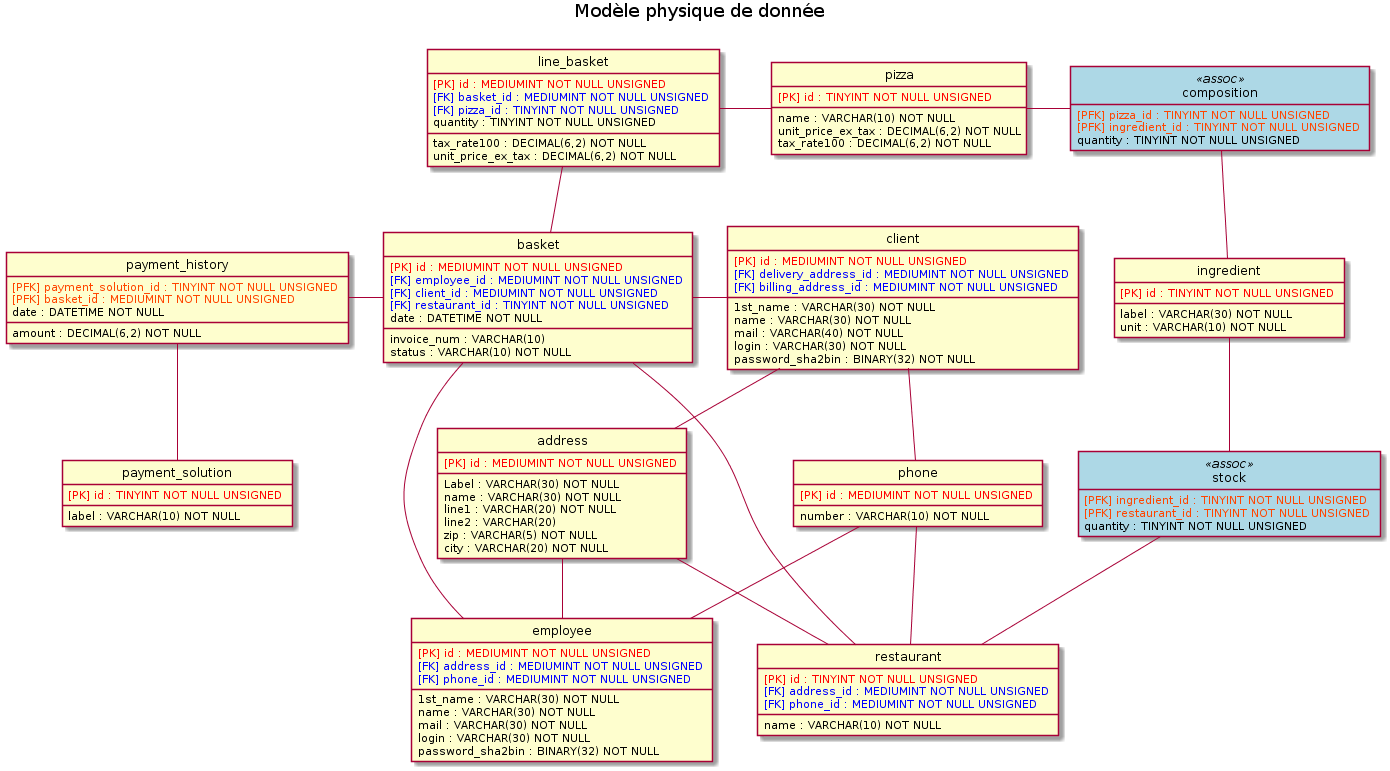
This is physical_data_model.png from freezed/ocp6, a PlantUML export, as it was before one commit.
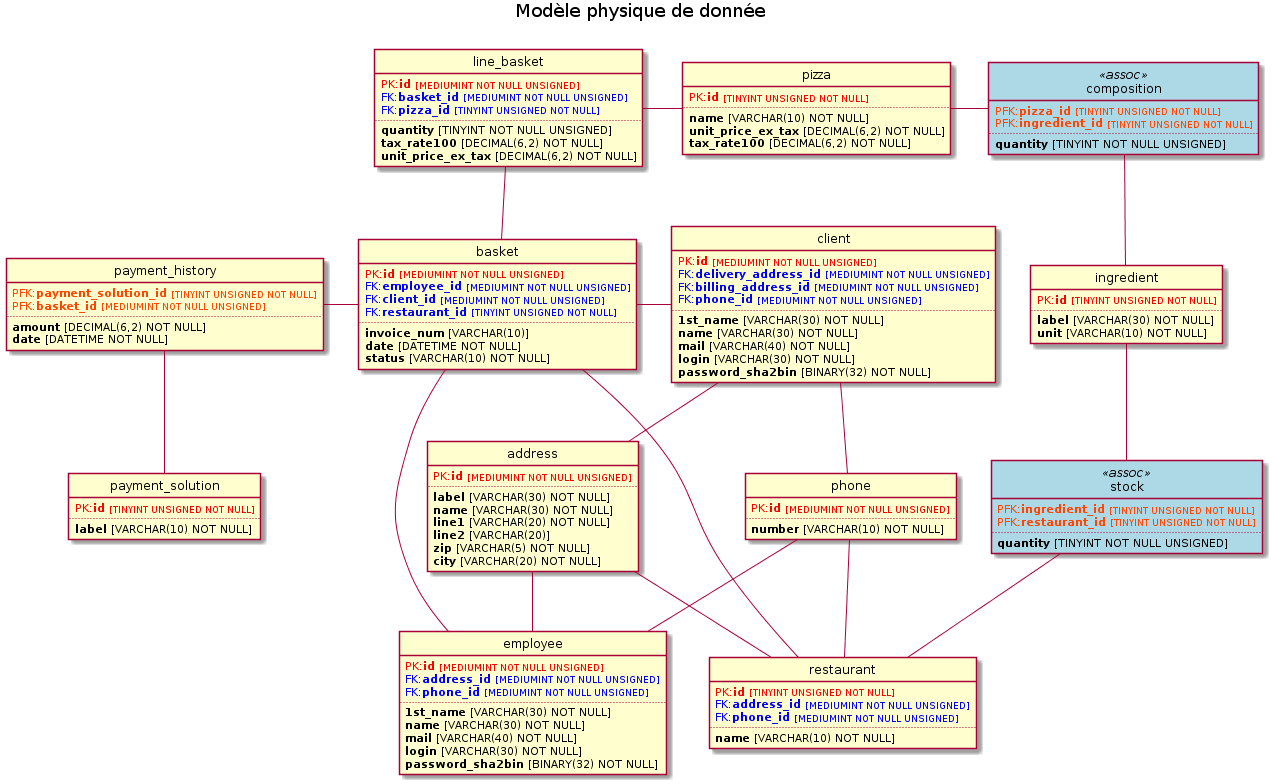
After the change.

Commit message:
Adjusts PDM for better diagram redering

The edit, as a diff of the source:
```diff
@@ -37,118 +37,132 @@
 phone -- restaurant
 
 class address {
-    <font color="red">[PK] id : MEDIUMINT NOT NULL UNSIGNED </font>
+    <font color="red">PK:<b>id</b> <size:09>[MEDIUMINT NOT NULL UNSIGNED]</size></font>
+    ..
 }
 class client {
-    <font color="red">[PK] id : MEDIUMINT NOT NULL UNSIGNED </font>
-    <font color="blue">[FK] delivery_address_id : MEDIUMINT NOT NULL UNSIGNED </font>
-    <font color="blue">[FK] billing_address_id : MEDIUMINT NOT NULL UNSIGNED </font>
+    <font color="red">PK:<b>id</b> <size:09>[MEDIUMINT NOT NULL UNSIGNED]</size></font>
+    <font color="blue">FK:<b>delivery_address_id</b> <size:09>[MEDIUMINT NOT NULL UNSIGNED]</size></font>
+    <font color="blue">FK:<b>billing_address_id</b> <size:09>[MEDIUMINT NOT NULL UNSIGNED]</size></font>
+    <font color="blue">FK:<b>phone_id</b> <size:09>[MEDIUMINT NOT NULL UNSIGNED]</size></font>
+    ..
 }
 class composition {
-    <font color="orangered">[PFK] pizza_id : TINYINT NOT NULL UNSIGNED </font>
-    <font color="orangered">[PFK] ingredient_id : TINYINT NOT NULL UNSIGNED </font>
+    <font color="orangered">PFK:<b>pizza_id</b> <size:09>[TINYINT UNSIGNED NOT NULL]</size></font>
+    <font color="orangered">PFK:<b>ingredient_id</b> <size:09>[TINYINT UNSIGNED NOT NULL]</size></font>
+    ..
 }
 class employee {
-    <font color="red">[PK] id : MEDIUMINT NOT NULL UNSIGNED </font>
-    <font color="blue">[FK] address_id : MEDIUMINT NOT NULL UNSIGNED </font>
-    <font color="blue">[FK] phone_id : MEDIUMINT NOT NULL UNSIGNED </font>
+    <font color="red">PK:<b>id</b> <size:09>[MEDIUMINT NOT NULL UNSIGNED]</size></font>
+    <font color="blue">FK:<b>address_id</b> <size:09>[MEDIUMINT NOT NULL UNSIGNED]</size></font>
+    <font color="blue">FK:<b>phone_id</b> <size:09>[MEDIUMINT NOT NULL UNSIGNED]</size></font>
+    ..
 }
 class ingredient {
-    <font color="red">[PK] id : TINYINT NOT NULL UNSIGNED </font>
+    <font color="red">PK:<b>id</b> <size:09>[TINYINT UNSIGNED NOT NULL]</size></font>
+    ..
 }
 class line_basket {
-    <font color="red">[PK] id : MEDIUMINT NOT NULL UNSIGNED </font>
-    <font color="blue">[FK] basket_id : MEDIUMINT NOT NULL UNSIGNED </font>
-    <font color="blue">[FK] pizza_id : TINYINT NOT NULL UNSIGNED </font>
+    <font color="red">PK:<b>id</b> <size:09>[MEDIUMINT NOT NULL UNSIGNED]</size></font>
+    <font color="blue">FK:<b>basket_id</b> <size:09>[MEDIUMINT NOT NULL UNSIGNED]</size></font>
+    <font color="blue">FK:<b>pizza_id</b> <size:09>[TINYINT UNSIGNED NOT NULL]</size></font>
+    ..
 }
 class basket {
-    <font color="red">[PK] id : MEDIUMINT NOT NULL UNSIGNED </font>
-    <font color="blue">[FK] employee_id : MEDIUMINT NOT NULL UNSIGNED </font>
-    <font color="blue">[FK] client_id : MEDIUMINT NOT NULL UNSIGNED </font>
-    <font color="blue">[FK] restaurant_id : TINYINT NOT NULL UNSIGNED </font>
+    <font color="red">PK:<b>id</b> <size:09>[MEDIUMINT NOT NULL UNSIGNED]</size></font>
+    <font color="blue">FK:<b>employee_id</b> <size:09>[MEDIUMINT NOT NULL UNSIGNED]</size></font>
+    <font color="blue">FK:<b>client_id</b> <size:09>[MEDIUMINT NOT NULL UNSIGNED]</size></font>
+    <font color="blue">FK:<b>restaurant_id</b> <size:09>[TINYINT UNSIGNED NOT NULL]</size></font>
+    ..
 }
 class payment_history {
-    <font color="orangered">[PFK] payment_solution_id : TINYINT NOT NULL UNSIGNED </font>
-    <font color="orangered">[PFK] basket_id : MEDIUMINT NOT NULL UNSIGNED </font>
+    <font color="orangered">PFK:<b>payment_solution_id</b> <size:09>[TINYINT UNSIGNED NOT NULL]</size></font>
+    <font color="orangered">PFK:<b>basket_id</b> <size:09>[MEDIUMINT NOT NULL UNSIGNED]</size></font>
+    ..
 }
 class payment_solution {
-    <font color="red">[PK] id : TINYINT NOT NULL UNSIGNED </font>
+    <font color="red">PK:<b>id</b> <size:09>[TINYINT UNSIGNED NOT NULL]</size></font>
+    ..
 }
 class phone {
-    <font color="red">[PK] id : MEDIUMINT NOT NULL UNSIGNED </font>
+    <font color="red">PK:<b>id</b> <size:09>[MEDIUMINT NOT NULL UNSIGNED]</size></font>
+    ..
 }
 class pizza {
-    <font color="red">[PK] id : TINYINT NOT NULL UNSIGNED </font>
+    <font color="red">PK:<b>id</b> <size:09>[TINYINT UNSIGNED NOT NULL]</size></font>
+    ..
 }
 class restaurant {
-    <font color="red">[PK] id : TINYINT NOT NULL UNSIGNED </font>
-    <font color="blue">[FK] address_id : MEDIUMINT NOT NULL UNSIGNED </font>
-    <font color="blue">[FK] phone_id : MEDIUMINT NOT NULL UNSIGNED </font>
+    <font color="red">PK:<b>id</b> <size:09>[TINYINT UNSIGNED NOT NULL]</size></font>
+    <font color="blue">FK:<b>address_id</b> <size:09>[MEDIUMINT NOT NULL UNSIGNED]</size></font>
+    <font color="blue">FK:<b>phone_id</b> <size:09>[MEDIUMINT NOT NULL UNSIGNED]</size></font>
+    ..
 }
 class stock {
-    <font color="orangered">[PFK] ingredient_id : TINYINT NOT NULL UNSIGNED </font>
-    <font color="orangered">[PFK] restaurant_id : TINYINT NOT NULL UNSIGNED </font>
+    <font color="orangered">PFK:<b>ingredient_id</b> <size:09>[TINYINT UNSIGNED NOT NULL]</size></font>
+    <font color="orangered">PFK:<b>restaurant_id</b> <size:09>[TINYINT UNSIGNED NOT NULL]</size></font>
+    ..
 }
 
 class address {
-    Label : VARCHAR(30) NOT NULL
-    name : VARCHAR(30) NOT NULL
-    line1 : VARCHAR(20) NOT NULL
-    line2 : VARCHAR(20)
-    zip : VARCHAR(5) NOT NULL
-    city : VARCHAR(20) NOT NULL
+    {field} <b>label</b> [VARCHAR(30) NOT NULL]
+    {field} <b>name</b> [VARCHAR(30) NOT NULL]
+    {field} <b>line1</b> [VARCHAR(20) NOT NULL]
+    {field} <b>line2</b> [VARCHAR(20)]
+    {field} <b>zip</b> [VARCHAR(5) NOT NULL]
+    {field} <b>city</b> [VARCHAR(20) NOT NULL]
 }
 class client {
-    1st_name : VARCHAR(30) NOT NULL
-    name : VARCHAR(30) NOT NULL
-    mail : VARCHAR(40) NOT NULL
-    login : VARCHAR(30) NOT NULL
-    password_sha2bin : BINARY(32) NOT NULL
+    {field} <b>1st_name</b> [VARCHAR(30) NOT NULL]
+    {field} <b>name</b> [VARCHAR(30) NOT NULL]
+    {field} <b>mail</b> [VARCHAR(40) NOT NULL]
+    {field} <b>login</b> [VARCHAR(30) NOT NULL]
+    {field} <b>password_sha2bin</b> [BINARY(32) NOT NULL]
 }
 class composition {
-    quantity : TINYINT NOT NULL UNSIGNED
+    {field} <b>quantity</b> [TINYINT NOT NULL UNSIGNED]
 }
 class employee {
-    1st_name : VARCHAR(30) NOT NULL
-    name : VARCHAR(30) NOT NULL
-    mail : VARCHAR(30) NOT NULL
-    login : VARCHAR(30) NOT NULL
-    password_sha2bin : BINARY(32) NOT NULL
+    {field} <b>1st_name</b> [VARCHAR(30) NOT NULL]
+    {field} <b>name</b> [VARCHAR(30) NOT NULL]
+    {field} <b>mail</b> [VARCHAR(40) NOT NULL]
+    {field} <b>login</b> [VARCHAR(30) NOT NULL]
+    {field} <b>password_sha2bin</b> [BINARY(32) NOT NULL]
 }
 class ingredient {
-    label : VARCHAR(30) NOT NULL
-    unit : VARCHAR(10) NOT NULL
+    {field} <b>label</b> [VARCHAR(30) NOT NULL]
+    {field} <b>unit</b> [VARCHAR(10) NOT NULL]
 }
 class line_basket {
-    quantity : TINYINT NOT NULL UNSIGNED
-    tax_rate100 : DECIMAL(6,2) NOT NULL
-    unit_price_ex_tax : DECIMAL(6,2) NOT NULL
+    {field} <b>quantity</b> [TINYINT NOT NULL UNSIGNED]
+    {field} <b>tax_rate100</b> [DECIMAL(6,2) NOT NULL]
+    {field} <b>unit_price_ex_tax</b> [DECIMAL(6,2) NOT NULL]
 }
 class basket {
-    invoice_num : VARCHAR(10)
-    date : DATETIME NOT NULL
-    status : VARCHAR(10) NOT NULL
+    {field} <b>invoice_num</b> [VARCHAR(10)]
+    {field} <b>date</b> [DATETIME NOT NULL]
+    {field} <b>status</b> [VARCHAR(10) NOT NULL]
 }
 class payment_history {
-    amount : DECIMAL(6,2) NOT NULL
-    date : DATETIME NOT NULL
+    {field} <b>amount</b> [DECIMAL(6,2) NOT NULL]
+    {field} <b>date</b> [DATETIME NOT NULL]
 }
 class payment_solution {
-    label : VARCHAR(10) NOT NULL
+    {field} <b>label</b> [VARCHAR(10) NOT NULL]
 }
 class pizza {
-    name : VARCHAR(10) NOT NULL
-    unit_price_ex_tax : DECIMAL(6,2) NOT NULL
-    tax_rate100 : DECIMAL(6,2) NOT NULL
+    {field} <b>name</b> [VARCHAR(10) NOT NULL]
+    {field} <b>unit_price_ex_tax</b> [DECIMAL(6,2) NOT NULL]
+    {field} <b>tax_rate100</b> [DECIMAL(6,2) NOT NULL]
 }
 class phone {
-    number : VARCHAR(10) NOT NULL
+    {field} <b>number</b> [VARCHAR(10) NOT NULL]
 }
 class restaurant {
-    name : VARCHAR(10) NOT NULL
+    {field} <b>name</b> [VARCHAR(10) NOT NULL]
 }
 class stock {
-    quantity : TINYINT NOT NULL UNSIGNED
+    {field} <b>quantity</b> [TINYINT NOT NULL UNSIGNED]
 }
 
 pizza - composition
```
